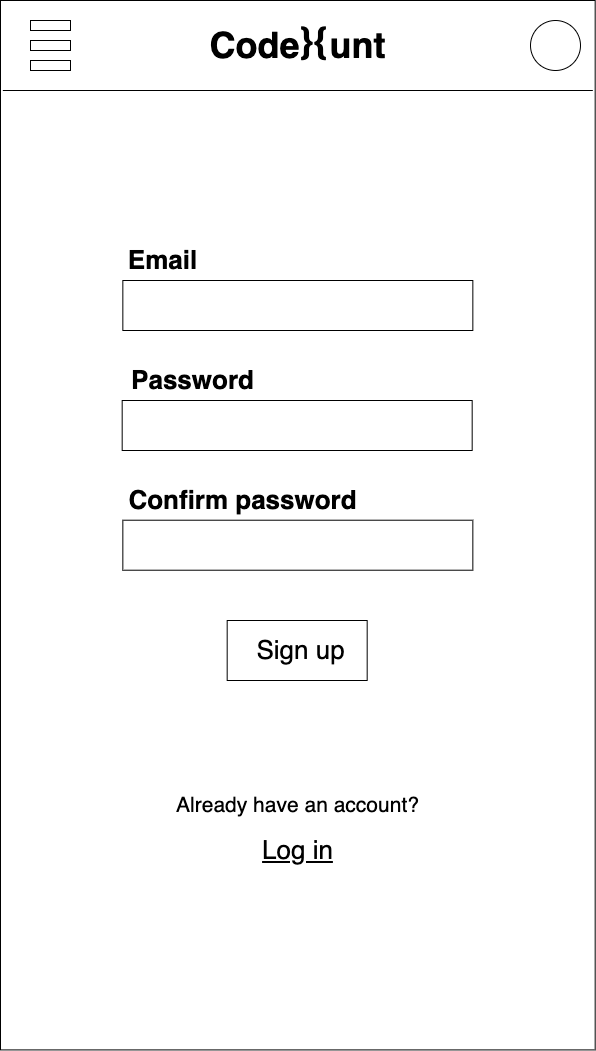
The draw.io diagram ux-design/wireframe/Wireframe-Signup.png in software-students-spring2022/final-project-codehunt, before a commit. Source tidied: cells renumbered, new cells last; positions are measured from the earlier drawing's top-left corner, leaving out a move shared by most shapes.
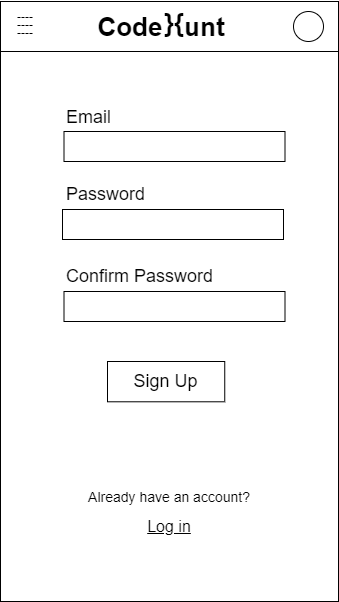
The same file after the commit.

The edit, as a diff of the source:
```diff
@@ -2,62 +2,50 @@
   <root>
     <mxCell id="0" />
     <mxCell id="1" parent="0" />
-    <mxCell id="2" style="rounded=0;whiteSpace=wrap;html=1;" parent="1" vertex="1">
-      <mxGeometry width="594.7" height="1049.4" as="geometry" />
-    </mxCell>
-    <mxCell id="3" style="endArrow=none;html=1;rounded=0;" parent="1" edge="1">
-      <mxGeometry relative="1" as="geometry">
-        <mxPoint x="592.3" y="90" as="sourcePoint" />
-        <mxPoint x="2.3" y="90" as="targetPoint" />
-      </mxGeometry>
-    </mxCell>
-    <mxCell id="4" value="Code&amp;nbsp; &amp;nbsp;unt" style="text;html=1;align=center;verticalAlign=middle;strokeColor=none;fillColor=none;fontSize=36;fontStyle=1;" parent="1" vertex="1">
-      <mxGeometry x="202.3" y="20" width="190" height="50" as="geometry" />
-    </mxCell>
-    <mxCell id="5" style="ellipse;whiteSpace=wrap;html=1;fontSize=22;" parent="1" vertex="1">
-      <mxGeometry x="530" y="20" width="50" height="50" as="geometry" />
-    </mxCell>
-    <mxCell id="6" style="rounded=0;whiteSpace=wrap;html=1;fontSize=22;" parent="1" vertex="1">
-      <mxGeometry x="30" y="20" width="40" height="10" as="geometry" />
-    </mxCell>
-    <mxCell id="7" style="rounded=0;whiteSpace=wrap;html=1;fontSize=22;" parent="1" vertex="1">
-      <mxGeometry x="30" y="40" width="40" height="10" as="geometry" />
-    </mxCell>
-    <mxCell id="8" style="rounded=0;whiteSpace=wrap;html=1;fontSize=22;" parent="1" vertex="1">
-      <mxGeometry x="30" y="60" width="40" height="10" as="geometry" />
-    </mxCell>
+    <mxCell id="20" style="rounded=0;whiteSpace=wrap;html=1;fontSize=8;" parent="1" vertex="1">
+      <mxGeometry x="124" y="80" width="338" height="600" as="geometry" />
+    </mxCell>
+    <mxCell id="21" style="rounded=0;whiteSpace=wrap;html=1;" parent="1" vertex="1">
+      <mxGeometry x="124" y="80" width="338" height="50" as="geometry" />
+    </mxCell>
+    <mxCell id="22" value="&lt;p style=&quot;line-height: 0.7&quot;&gt;----&lt;br&gt;----&lt;br&gt;----&lt;/p&gt;" style="text;html=1;strokeColor=none;fillColor=none;align=center;verticalAlign=middle;whiteSpace=wrap;rounded=0;" parent="1" vertex="1">
+      <mxGeometry x="134" y="88" width="30" height="30" as="geometry" />
+    </mxCell>
+    <mxCell id="13" value="}{" style="text;html=1;strokeColor=none;fillColor=none;align=center;verticalAlign=middle;whiteSpace=wrap;rounded=0;fontSize=26;fontStyle=1;" parent="1" vertex="1">
+      <mxGeometry x="268" y="87" width="60" height="30" as="geometry" />
+    </mxCell>
+    <mxCell id="23" style="ellipse;whiteSpace=wrap;html=1;fontSize=28;" parent="1" vertex="1">
+      <mxGeometry x="417" y="90" width="30" height="30" as="geometry" />
+    </mxCell>
+    <mxCell id="24" style="rounded=0;whiteSpace=wrap;html=1;fontSize=21;" parent="1" vertex="1">
+      <mxGeometry x="187.5" y="210" width="221" height="30" as="geometry" />
+    </mxCell>
-    <mxCell id="9" value="Email" style="text;html=1;align=center;verticalAlign=middle;strokeColor=none;fillColor=none;fontSize=26;fontStyle=1;" parent="1" vertex="1">
-      <mxGeometry x="122.3" y="240" width="80" height="40" as="geometry" />
+    <mxCell id="9" value="Email" style="text;html=1;strokeColor=none;fillColor=none;align=left;verticalAlign=middle;whiteSpace=wrap;rounded=0;fontSize=18;" parent="1" vertex="1">
+      <mxGeometry x="187.5" y="180" width="100" height="32" as="geometry" />
     </mxCell>
-    <mxCell id="10" value="Password" style="text;html=1;align=center;verticalAlign=middle;strokeColor=none;fillColor=none;fontSize=26;fontStyle=1;" parent="1" vertex="1">
-      <mxGeometry x="121.7" y="360" width="140" height="40" as="geometry" />
-    </mxCell>
-    <mxCell id="11" style="rounded=0;whiteSpace=wrap;html=1;fontSize=20;" parent="1" vertex="1">
-      <mxGeometry x="122.3" y="280" width="350" height="50" as="geometry" />
-    </mxCell>
-    <mxCell id="12" style="rounded=0;whiteSpace=wrap;html=1;fontSize=20;" parent="1" vertex="1">
-      <mxGeometry x="121.7" y="400" width="350" height="50" as="geometry" />
-    </mxCell>
-    <mxCell id="13" value="}{" style="text;html=1;align=center;verticalAlign=middle;strokeColor=none;fillColor=none;fontSize=36;fontStyle=1;" parent="1" vertex="1">
-      <mxGeometry x="294" y="15" width="40" height="50" as="geometry" />
-    </mxCell>
-    <mxCell id="14" style="rounded=0;whiteSpace=wrap;html=1;fontSize=26;" parent="1" vertex="1">
-      <mxGeometry x="226.7" y="620" width="140" height="60" as="geometry" />
-    </mxCell>
-    <mxCell id="15" value="Sign up" style="text;html=1;align=center;verticalAlign=middle;strokeColor=none;fillColor=none;fontSize=26;" parent="1" vertex="1">
-      <mxGeometry x="250" y="630" width="100" height="40" as="geometry" />
-    </mxCell>
+    <mxCell id="25" value="Password&lt;span style=&quot;color: rgba(0 , 0 , 0 , 0) ; font-family: monospace ; font-size: 0px&quot;&gt;%3CmxGraphModel%3E%3Croot%3E%3CmxCell%20id%3D%220%22%2F%3E%3CmxCell%20id%3D%221%22%20parent%3D%220%22%2F%3E%3CmxCell%20id%3D%222%22%20value%3D%22Email%22%20style%3D%22text%3Bhtml%3D1%3BstrokeColor%3Dnone%3BfillColor%3Dnone%3Balign%3Dcenter%3BverticalAlign%3Dmiddle%3BwhiteSpace%3Dwrap%3Brounded%3D0%3BfontSize%3D18%3B%22%20vertex%3D%221%22%20parent%3D%221%22%3E%3CmxGeometry%20x%3D%22679%22%20y%3D%22270%22%20width%3D%2260%22%20height%3D%2230%22%20as%3D%22geometry%22%2F%3E%3C%2FmxCell%3E%3C%2Froot%3E%3C%2FmxGraphModel%3E&lt;/span&gt;" style="text;html=1;strokeColor=none;fillColor=none;align=left;verticalAlign=middle;whiteSpace=wrap;rounded=0;fontSize=18;" parent="1" vertex="1">
+      <mxGeometry x="187.5" y="258" width="151" height="30" as="geometry" />
+    </mxCell>
+    <mxCell id="26" value="Confirm Password" style="text;html=1;strokeColor=none;fillColor=none;align=left;verticalAlign=middle;whiteSpace=wrap;rounded=0;fontSize=18;" parent="1" vertex="1">
+      <mxGeometry x="187.5" y="340" width="154.6" height="30" as="geometry" />
+    </mxCell>
+    <mxCell id="27" value="Sign Up" style="rounded=0;whiteSpace=wrap;html=1;fontSize=18;align=center;" parent="1" vertex="1">
+      <mxGeometry x="231" y="440" width="117.2" height="40.3" as="geometry" />
+    </mxCell>
-    <mxCell id="16" value="Already have an account?" style="text;html=1;align=center;verticalAlign=middle;strokeColor=none;fillColor=none;fontSize=21;" parent="1" vertex="1">
-      <mxGeometry x="167.3" y="790" width="260" height="30" as="geometry" />
+    <mxCell id="16" value="Already have an account?" style="text;html=1;strokeColor=none;fillColor=none;align=center;verticalAlign=middle;whiteSpace=wrap;rounded=0;fontSize=14;" parent="1" vertex="1">
+      <mxGeometry x="172.2" y="560" width="241.7" height="30" as="geometry" />
     </mxCell>
-    <mxCell id="17" value="Log in" style="text;html=1;align=center;verticalAlign=middle;strokeColor=none;fillColor=none;fontSize=26;fontStyle=4;" parent="1" vertex="1">
-      <mxGeometry x="252.3" y="830" width="90" height="40" as="geometry" />
+    <mxCell id="17" value="&lt;u style=&quot;font-size: 16px;&quot;&gt;Log in&lt;/u&gt;" style="text;html=1;strokeColor=none;fillColor=none;align=center;verticalAlign=middle;whiteSpace=wrap;rounded=0;fontSize=16;" parent="1" vertex="1">
+      <mxGeometry x="263" y="590" width="60" height="30" as="geometry" />
     </mxCell>
-    <mxCell id="18" value="Confirm password" style="text;html=1;align=center;verticalAlign=middle;strokeColor=none;fillColor=none;fontSize=26;fontStyle=1;" parent="1" vertex="1">
-      <mxGeometry x="121.7" y="479.7" width="240" height="40" as="geometry" />
-    </mxCell>
-    <mxCell id="19" style="rounded=0;whiteSpace=wrap;html=1;fontSize=20;" parent="1" vertex="1">
-      <mxGeometry x="122.3" y="519.7" width="350" height="50" as="geometry" />
-    </mxCell>
+    <mxCell id="28" style="rounded=0;whiteSpace=wrap;html=1;fontSize=21;" parent="1" vertex="1">
+      <mxGeometry x="186" y="288" width="221" height="30" as="geometry" />
+    </mxCell>
+    <mxCell id="29" style="rounded=0;whiteSpace=wrap;html=1;fontSize=21;" parent="1" vertex="1">
+      <mxGeometry x="187.5" y="370" width="221" height="30" as="geometry" />
+    </mxCell>
+    <mxCell id="4" value="&lt;b style=&quot;font-size: 26px;&quot;&gt;Code&amp;nbsp; &amp;nbsp;unt&lt;/b&gt;" style="text;html=1;strokeColor=none;fillColor=none;align=center;verticalAlign=middle;whiteSpace=wrap;rounded=0;fontSize=26;" parent="1" vertex="1">
+      <mxGeometry x="170.4" y="91" width="230" height="30" as="geometry" />
+    </mxCell>
   </root>
 </mxGraphModel>
```
